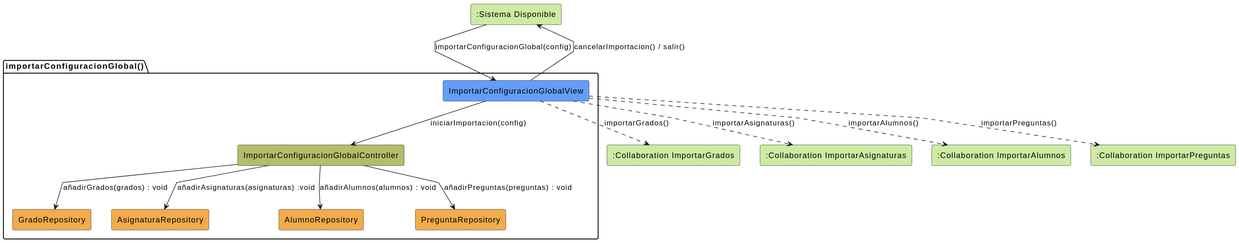
This is images/analisis/importarConfiguracionGlobal/colaboracion.svg from martinlopez7/25-26-idsw2-sdVC, a PlantUML export, as it was before one commit.
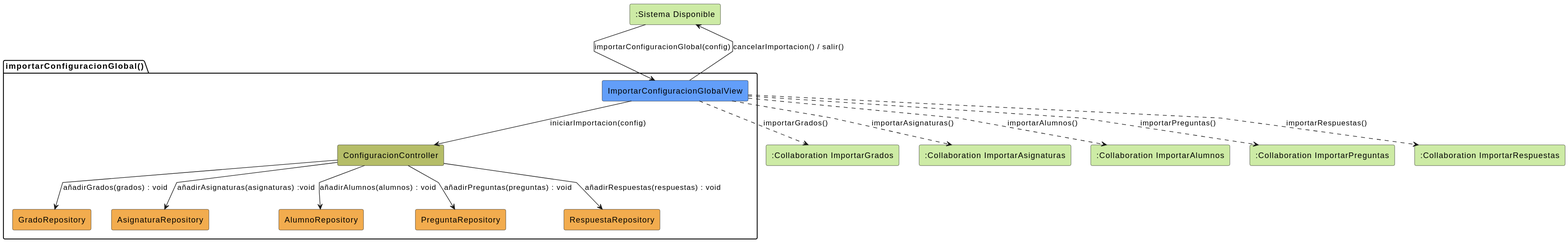
After the change.

Change to the diagram source:
```diff
@@ -4,31 +4,35 @@
 rectangle #CDEBA5 ":Sistema Disponible" as SistemaDisponible
 package importarConfiguracionGlobal as "importarConfiguracionGlobal()" {
     rectangle #629EF9 ImportarConfiguracionGlobalView
-    rectangle #b5bd68 ImportarConfiguracionGlobalController
+    rectangle #b5bd68 ConfiguracionController
     rectangle #F2AC4E GradoRepository
     rectangle #F2AC4E AsignaturaRepository
     rectangle #F2AC4E AlumnoRepository
     rectangle #F2AC4E PreguntaRepository
+    rectangle #F2AC4E RespuestaRepository
 }
 
 rectangle #CDEBA5 ":Collaboration ImportarGrados" as ImportarGrados
 rectangle #CDEBA5 ":Collaboration ImportarAsignaturas" as ImportarAsignaturas
 rectangle #CDEBA5 ":Collaboration ImportarAlumnos" as ImportarAlumnos
 rectangle #CDEBA5 ":Collaboration ImportarPreguntas" as ImportarPreguntas
+rectangle #CDEBA5 ":Collaboration ImportarRespuestas" as ImportarRespuestas
 
 SistemaDisponible -r-> ImportarConfiguracionGlobalView : importarConfiguracionGlobal(config)
 
-ImportarConfiguracionGlobalView -d-> ImportarConfiguracionGlobalController: iniciarImportacion(config)
+ImportarConfiguracionGlobalView -d-> ConfiguracionController: iniciarImportacion(config)
 
-ImportarConfiguracionGlobalController --> AlumnoRepository: añadirAlumnos(alumnos) : void
-ImportarConfiguracionGlobalController --> GradoRepository: añadirGrados(grados) : void
-ImportarConfiguracionGlobalController --> AsignaturaRepository: añadirAsignaturas(asignaturas) :void
-ImportarConfiguracionGlobalController --> PreguntaRepository: añadirPreguntas(preguntas) : void
+ConfiguracionController --> AlumnoRepository: añadirAlumnos(alumnos) : void
+ConfiguracionController --> GradoRepository: añadirGrados(grados) : void
+ConfiguracionController --> AsignaturaRepository: añadirAsignaturas(asignaturas) :void
+ConfiguracionController --> PreguntaRepository: añadirPreguntas(preguntas) : void
+ConfiguracionController --> RespuestaRepository: añadirRespuestas(respuestas) : void
 
 ImportarConfiguracionGlobalView ..> ImportarGrados: importarGrados()
 ImportarConfiguracionGlobalView ..> ImportarAsignaturas: importarAsignaturas()
 ImportarConfiguracionGlobalView ..> ImportarAlumnos: importarAlumnos()
 ImportarConfiguracionGlobalView ..> ImportarPreguntas: importarPreguntas()
+ImportarConfiguracionGlobalView ..> ImportarRespuestas: importarRespuestas()
 
 ImportarConfiguracionGlobalView -u-> SistemaDisponible: cancelarImportacion() / salir()
 @enduml
```
